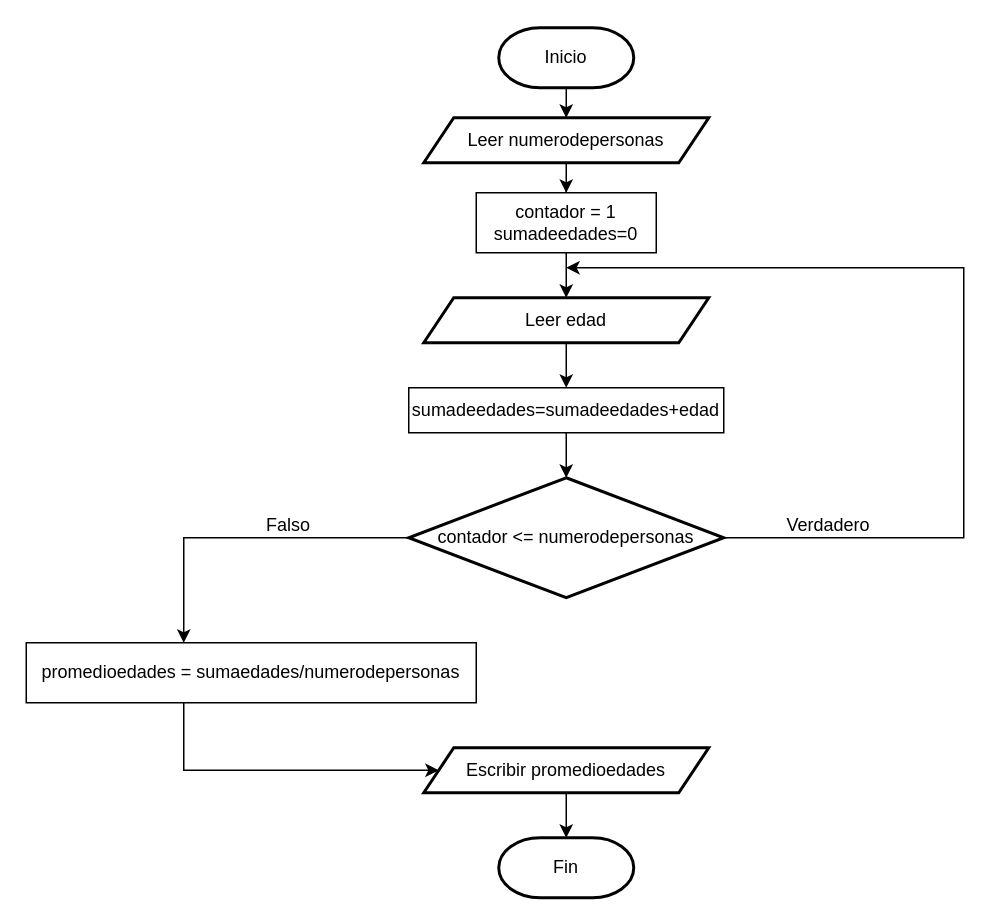
This is page "Page-3" (3 of 5) of Untitled Diagram.drawio from Theo-17/PRACTICA-1, a draw.io file, before an edit. Source tidied: cells renumbered, new cells numbered last; positions are measured from the earlier drawing's top-left corner, leaving out a move shared by most shapes. Both pictures are drawn from the tidied source at 150%, with x=0, y=0 at pixel (26, 27).
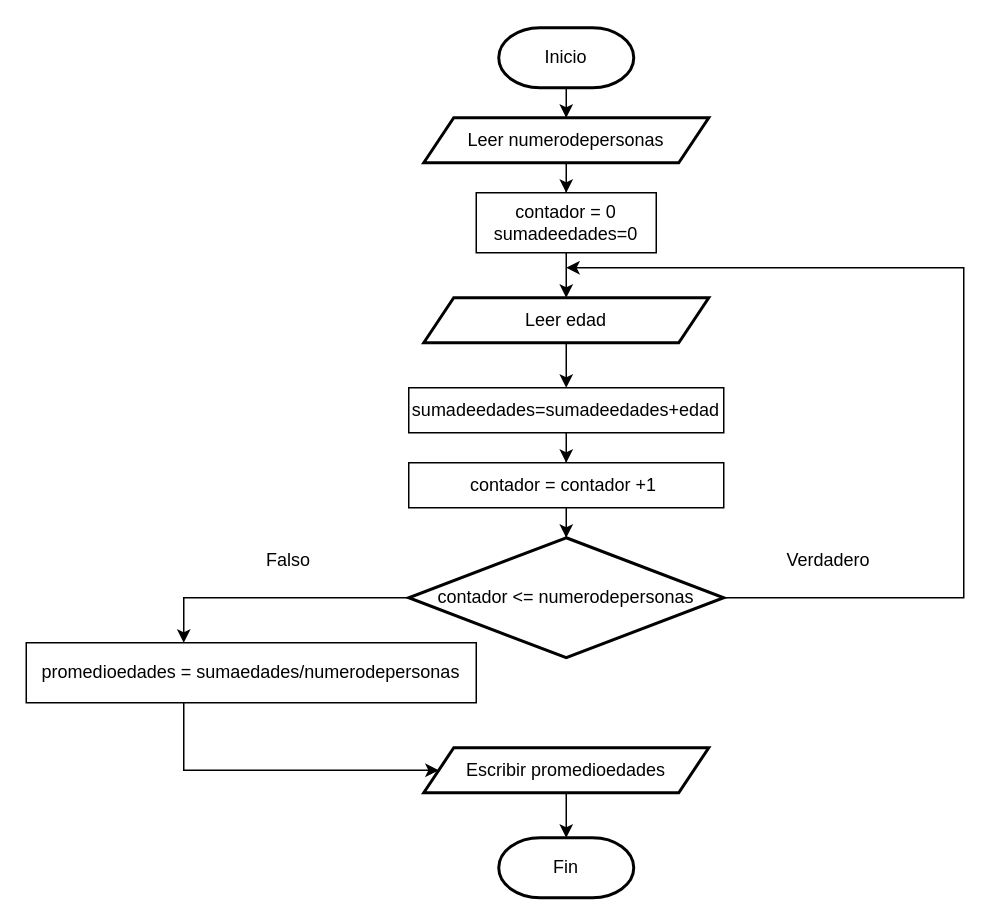
After the change.

The change refers to these unchanged cells:
```xml
<mxCell id="14" value="sumadeedades=sumadeedades+edad" style="rounded=0;whiteSpace=wrap;html=1;" parent="1" vertex="1">
  <mxGeometry x="255" y="240" width="210" height="30" as="geometry" />
</mxCell>
<mxCell id="17" value="promedioedades = sumaedades/numerodepersonas" style="rounded=0;whiteSpace=wrap;html=1;" parent="1" vertex="1">
  <mxGeometry y="410" width="300" height="40" as="geometry" />
</mxCell>
```

Change to the diagram source:
```diff
@@
     <mxCell id="6" style="edgeStyle=orthogonalEdgeStyle;rounded=0;jettySize=auto;html=1;" parent="1" edge="1" source="8">
       <mxGeometry relative="1" as="geometry">
         <mxPoint x="360" y="160" as="targetPoint" />
         <Array as="points">
-          <mxPoint x="625" y="340" />
+          <mxPoint x="625" y="380" />
           <mxPoint x="625" y="160" />
         </Array>
       </mxGeometry>
     </mxCell>
     <mxCell id="7" style="edgeStyle=orthogonalEdgeStyle;rounded=0;jettySize=auto;html=1;" parent="1" edge="1" source="8" target="17">
       <mxGeometry relative="1" as="geometry">
         <Array as="points">
-          <mxPoint x="105" y="340" />
+          <mxPoint x="105" y="380" />
         </Array>
       </mxGeometry>
     </mxCell>
     <mxCell id="8" value="contador &amp;lt;= numerodepersonas" style="strokeWidth=2;html=1;shape=mxgraph.flowchart.decision;whiteSpace=wrap;" parent="1" vertex="1">
-      <mxGeometry x="255" y="300" width="210" height="80" as="geometry" />
+      <mxGeometry x="255" y="340" width="210" height="80" as="geometry" />
     </mxCell>
@@
-    <mxCell id="10" value="contador = 1&lt;br&gt;sumadeedades=0" style="rounded=0;whiteSpace=wrap;html=1;" parent="1" vertex="1">
+    <mxCell id="10" value="contador = 0&lt;br&gt;sumadeedades=0" style="rounded=0;whiteSpace=wrap;html=1;" parent="1" vertex="1">
       <mxGeometry x="300" y="110" width="120" height="40" as="geometry" />
     </mxCell>
@@
-    <mxCell id="13" style="edgeStyle=orthogonalEdgeStyle;rounded=0;jettySize=auto;html=1;" parent="1" edge="1" source="14" target="8">
-      <mxGeometry relative="1" as="geometry" />
-    </mxCell>
+    <mxCell id="22" style="edgeStyle=orthogonalEdgeStyle;rounded=0;jettySize=auto;html=1;" parent="1" edge="1" source="14" target="24">
+      <mxGeometry relative="1" as="geometry" />
+    </mxCell>
@@
     <mxCell id="15" value="Verdadero" style="text;html=1;strokeColor=none;fillColor=none;align=center;verticalAlign=middle;whiteSpace=wrap;rounded=0;" parent="1" vertex="1">
-      <mxGeometry x="505" y="317" width="60" height="30" as="geometry" />
+      <mxGeometry x="505" y="340" width="60" height="30" as="geometry" />
     </mxCell>
@@
     <mxCell id="18" value="Falso" style="text;html=1;strokeColor=none;fillColor=none;align=center;verticalAlign=middle;whiteSpace=wrap;rounded=0;" parent="1" vertex="1">
-      <mxGeometry x="145" y="317" width="60" height="30" as="geometry" />
+      <mxGeometry x="145" y="340" width="60" height="30" as="geometry" />
     </mxCell>
@@
+    <mxCell id="23" style="edgeStyle=orthogonalEdgeStyle;rounded=0;jettySize=auto;html=1;entryX=0.5;entryY=0;entryDx=0;entryDy=0;entryPerimeter=0;" parent="1" edge="1" source="24" target="8">
+      <mxGeometry relative="1" as="geometry" />
+    </mxCell>
+    <mxCell id="24" value="contador = contador +1&amp;nbsp;" style="rounded=0;whiteSpace=wrap;html=1;" parent="1" vertex="1">
+      <mxGeometry x="255" y="290" width="210" height="30" as="geometry" />
+    </mxCell>
```
